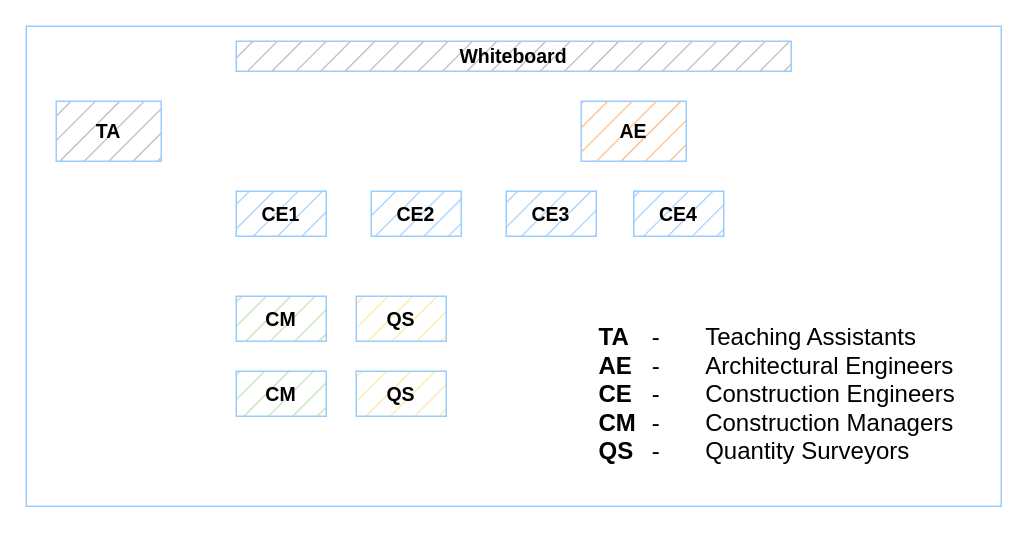
Before: Figures & Tables/Chapter 6/Fig 4 - Distribution of roles during QA sessions.drawio in speregil/Thesis-Document, a draw.io diagram. Source tidied: cells renumbered, new cells numbered last; positions are measured from the earlier drawing's top-left corner, leaving out a move shared by most shapes. Both pictures are drawn from the tidied source at 150%, with x=0, y=0 at pixel (26, 26).
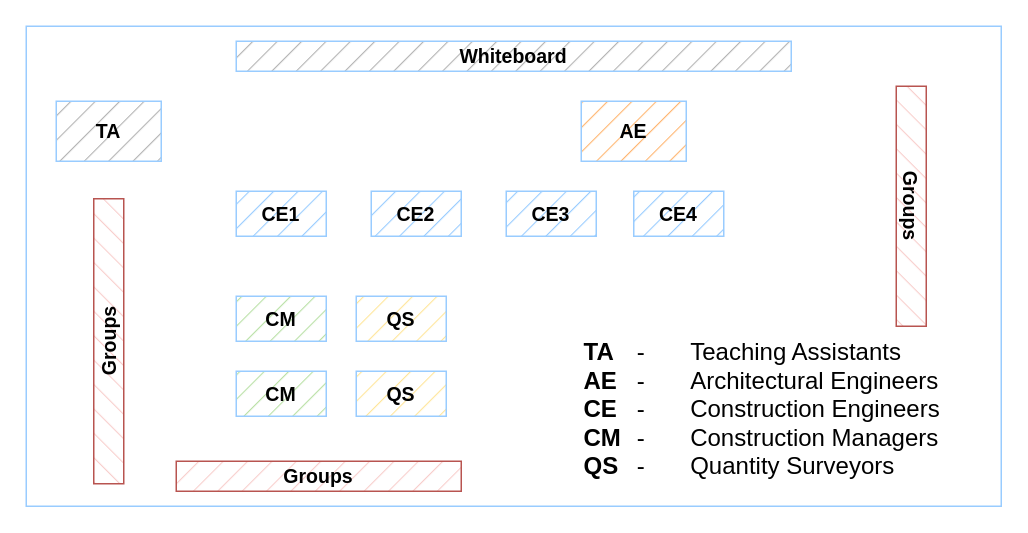
The same page after the edit.

Change to the diagram source:
```diff
@@
 <mxGraphModel>
   <root>
     <mxCell id="0" />
     <mxCell id="1" parent="0" />
     <mxCell id="2" style="rounded=0;whiteSpace=wrap;html=1;strokeColor=#99CCFF;" parent="1" vertex="1">
       <mxGeometry width="650" height="320" as="geometry" />
     </mxCell>
     <mxCell id="3" value="&lt;b&gt;&lt;font style=&quot;font-size: 13px;&quot;&gt;Whiteboard&lt;/font&gt;&lt;/b&gt;" style="rounded=0;whiteSpace=wrap;html=1;fillStyle=hatch;fillColor=#B3B3B3;strokeColor=#99CCFF;" parent="1" vertex="1">
       <mxGeometry x="140" y="10" width="370" height="20" as="geometry" />
     </mxCell>
     <mxCell id="4" value="&lt;b&gt;&lt;font style=&quot;font-size: 13px;&quot;&gt;TA&lt;/font&gt;&lt;/b&gt;" style="rounded=0;whiteSpace=wrap;html=1;strokeColor=#99CCFF;fillStyle=hatch;fillColor=#B3B3B3;gradientColor=none;" parent="1" vertex="1">
       <mxGeometry x="20" y="50" width="70" height="40" as="geometry" />
     </mxCell>
     <mxCell id="5" value="&lt;b&gt;&lt;font style=&quot;font-size: 13px;&quot;&gt;AE&lt;/font&gt;&lt;/b&gt;" style="rounded=0;whiteSpace=wrap;html=1;strokeColor=#99CCFF;fillStyle=hatch;fillColor=#FFB570;gradientColor=none;" parent="1" vertex="1">
       <mxGeometry x="370" y="50" width="70" height="40" as="geometry" />
     </mxCell>
     <mxCell id="6" value="&lt;b&gt;&lt;font style=&quot;font-size: 13px;&quot;&gt;CE1&lt;/font&gt;&lt;/b&gt;" style="rounded=0;whiteSpace=wrap;html=1;strokeColor=#99CCFF;fillStyle=hatch;fillColor=#99CCFF;gradientColor=none;" parent="1" vertex="1">
       <mxGeometry x="140" y="110" width="60" height="30" as="geometry" />
     </mxCell>
     <mxCell id="7" value="&lt;b&gt;&lt;font style=&quot;font-size: 13px;&quot;&gt;CE2&lt;/font&gt;&lt;/b&gt;" style="rounded=0;whiteSpace=wrap;html=1;strokeColor=#99CCFF;fillStyle=hatch;fillColor=#99CCFF;gradientColor=none;" parent="1" vertex="1">
       <mxGeometry x="230" y="110" width="60" height="30" as="geometry" />
     </mxCell>
     <mxCell id="8" value="&lt;b&gt;&lt;font style=&quot;font-size: 13px;&quot;&gt;CE3&lt;/font&gt;&lt;/b&gt;" style="rounded=0;whiteSpace=wrap;html=1;strokeColor=#99CCFF;fillStyle=hatch;fillColor=#99CCFF;gradientColor=none;" parent="1" vertex="1">
       <mxGeometry x="320" y="110" width="60" height="30" as="geometry" />
     </mxCell>
     <mxCell id="9" value="&lt;b&gt;&lt;font style=&quot;font-size: 13px;&quot;&gt;CE4&lt;/font&gt;&lt;/b&gt;" style="rounded=0;whiteSpace=wrap;html=1;strokeColor=#99CCFF;fillStyle=hatch;fillColor=#99CCFF;gradientColor=none;" parent="1" vertex="1">
       <mxGeometry x="405" y="110" width="60" height="30" as="geometry" />
     </mxCell>
     <mxCell id="10" value="&lt;b&gt;&lt;font style=&quot;font-size: 13px;&quot;&gt;CM&lt;/font&gt;&lt;/b&gt;" style="rounded=0;whiteSpace=wrap;html=1;strokeColor=#99CCFF;fillStyle=hatch;fillColor=#B9E0A5;gradientColor=none;" parent="1" vertex="1">
       <mxGeometry x="140" y="180" width="60" height="30" as="geometry" />
     </mxCell>
     <mxCell id="11" value="&lt;b&gt;&lt;font style=&quot;font-size: 13px;&quot;&gt;CM&lt;/font&gt;&lt;/b&gt;" style="rounded=0;whiteSpace=wrap;html=1;strokeColor=#99CCFF;fillStyle=hatch;fillColor=#B9E0A5;gradientColor=none;" parent="1" vertex="1">
       <mxGeometry x="140" y="230" width="60" height="30" as="geometry" />
     </mxCell>
     <mxCell id="12" value="&lt;b&gt;&lt;font style=&quot;font-size: 13px;&quot;&gt;QS&lt;/font&gt;&lt;/b&gt;" style="rounded=0;whiteSpace=wrap;html=1;strokeColor=#99CCFF;fillStyle=hatch;fillColor=#FFE599;gradientColor=none;" parent="1" vertex="1">
       <mxGeometry x="220" y="180" width="60" height="30" as="geometry" />
     </mxCell>
     <mxCell id="13" value="&lt;b&gt;&lt;font style=&quot;font-size: 13px;&quot;&gt;QS&lt;/font&gt;&lt;/b&gt;" style="rounded=0;whiteSpace=wrap;html=1;strokeColor=#99CCFF;fillStyle=hatch;fillColor=#FFE599;gradientColor=none;" parent="1" vertex="1">
       <mxGeometry x="220" y="230" width="60" height="30" as="geometry" />
     </mxCell>
     <mxCell id="14" value="&lt;b&gt;TA&lt;/b&gt; &lt;span style=&quot;white-space: pre;&quot;&gt;&#9;&lt;/span&gt;- &lt;span style=&quot;white-space: pre;&quot;&gt;&#9;&lt;/span&gt;Teaching Assistants&lt;div&gt;&lt;b&gt;AE&lt;/b&gt; &lt;span style=&quot;white-space: pre;&quot;&gt;&#9;&lt;/span&gt;- &lt;span style=&quot;white-space: pre;&quot;&gt;&#9;&lt;/span&gt;Architectural Engineers&lt;/div&gt;&lt;div&gt;&lt;b&gt;CE &lt;span style=&quot;white-space: pre;&quot;&gt;&#9;&lt;/span&gt;&lt;/b&gt;- &lt;span style=&quot;white-space: pre;&quot;&gt;&#9;&lt;/span&gt;Construction Engineers&lt;/div&gt;&lt;div&gt;&lt;b&gt;CM &lt;span style=&quot;white-space: pre;&quot;&gt;&#9;&lt;/span&gt;&lt;/b&gt;- &lt;span style=&quot;white-space: pre;&quot;&gt;&#9;&lt;/span&gt;Construction Managers&lt;/div&gt;&lt;div&gt;&lt;b&gt;QS&lt;/b&gt; &lt;span style=&quot;white-space: pre;&quot;&gt;&#9;&lt;/span&gt;- &lt;span style=&quot;white-space: pre;&quot;&gt;&#9;&lt;/span&gt;Quantity Surveyors&lt;/div&gt;" style="rounded=0;whiteSpace=wrap;html=1;align=left;strokeColor=none;fontSize=16;" parent="1" vertex="1">
-      <mxGeometry x="380" y="200" width="260" height="90" as="geometry" />
+      <mxGeometry x="370" y="210" width="260" height="90" as="geometry" />
     </mxCell>
+    <mxCell id="15" value="&lt;b&gt;&lt;font style=&quot;font-size: 13px;&quot;&gt;Groups&lt;/font&gt;&lt;/b&gt;" style="rounded=0;whiteSpace=wrap;html=1;strokeColor=#b85450;fillStyle=hatch;fillColor=#f8cecc;rotation=-90;" parent="1" vertex="1">
+      <mxGeometry x="-40" y="200" width="190" height="20" as="geometry" />
+    </mxCell>
+    <mxCell id="16" value="&lt;b&gt;&lt;font style=&quot;font-size: 13px;&quot;&gt;Groups&lt;/font&gt;&lt;/b&gt;" style="rounded=0;whiteSpace=wrap;html=1;strokeColor=#b85450;fillStyle=hatch;fillColor=#f8cecc;rotation=0;" parent="1" vertex="1">
+      <mxGeometry x="100" y="290" width="190" height="20" as="geometry" />
+    </mxCell>
+    <mxCell id="17" value="&lt;b&gt;&lt;font style=&quot;font-size: 13px;&quot;&gt;Groups&lt;/font&gt;&lt;/b&gt;" style="rounded=0;whiteSpace=wrap;html=1;strokeColor=#b85450;fillStyle=hatch;fillColor=#f8cecc;rotation=90;" parent="1" vertex="1">
+      <mxGeometry x="510" y="110" width="160" height="20" as="geometry" />
+    </mxCell>
   </root>
 </mxGraphModel>
```
